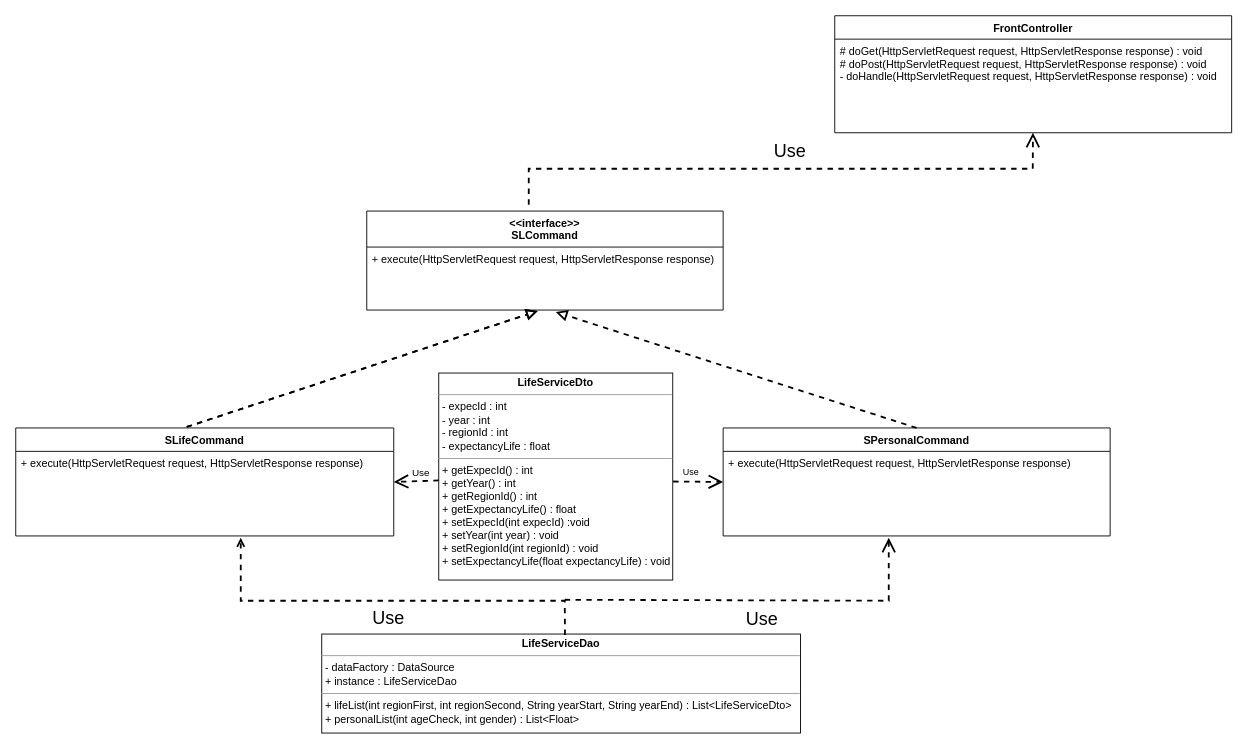
Before: project_1/6. 포트폴리오/Class Diagram/Class Diagram(기대 수명).drawio in p1p2p1/Project_DLT, a draw.io diagram. Source tidied: cells renumbered, new cells numbered last; positions are measured from the earlier drawing's top-left corner, leaving out a move shared by most shapes. Both pictures are drawn from the tidied source at 90%, with x=0, y=0 at pixel (15, 15).
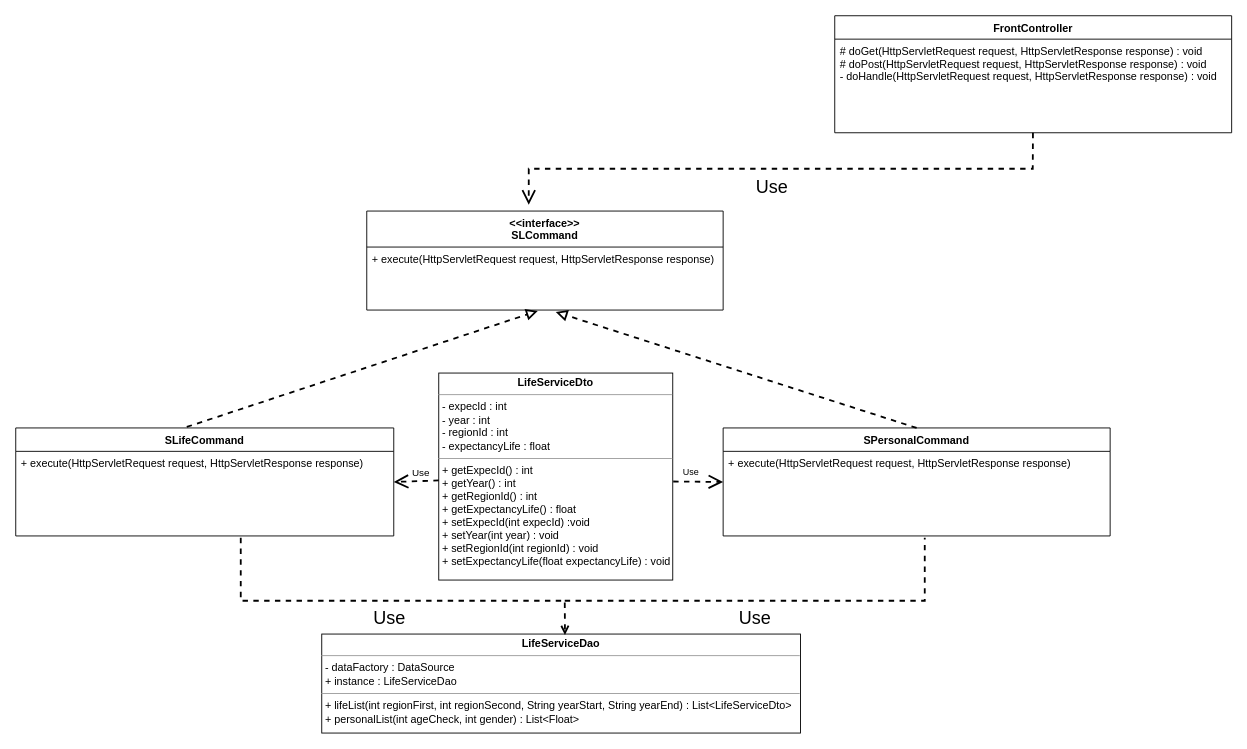
The same page after the edit.

The change refers to these unchanged cells:
```xml
<mxCell id="2" value="FrontController" style="swimlane;fontStyle=1;align=center;verticalAlign=top;horizontal=1;startSize=26;rounded=0;shadow=0;strokeWidth=1;" parent="1" vertex="1">
  <mxGeometry x="910" width="441" height="130" as="geometry" />
</mxCell>
<mxCell id="3" value="# doGet(HttpServletRequest request, HttpServletResponse response) : void&#10;# doPost(HttpServletRequest request, HttpServletResponse response) : void&#10;- doHandle(HttpServletRequest request, HttpServletResponse response) : void&#10; " style="text;align=left;verticalAlign=top;spacingLeft=4;spacingRight=4;overflow=hidden;points=[[0,0.5],[1,0.5]];portConstraint=eastwest;" parent="2" vertex="1">
  <mxGeometry y="26" width="441" height="104" as="geometry" />
</mxCell>
<mxCell id="5" value="SPersonalCommand" style="swimlane;fontStyle=1;align=center;verticalAlign=top;horizontal=1;startSize=26;rounded=0;shadow=0;strokeWidth=1;" parent="1" vertex="1">
  <mxGeometry x="786" y="458" width="430" height="120" as="geometry" />
</mxCell>
<mxCell id="9" value="&lt;p style=&quot;margin:0px;margin-top:4px;text-align:center;&quot;&gt;&lt;b&gt;LifeServiceDto&lt;/b&gt;&lt;/p&gt;&lt;hr size=&quot;1&quot;&gt;&lt;p style=&quot;margin:0px;margin-left:4px;&quot;&gt;- expecId : int&lt;br style=&quot;border-color: var(--border-color); padding: 0px; margin: 0px;&quot;&gt;- year : int&lt;br style=&quot;border-color: var(--border-color); padding: 0px; margin: 0px;&quot;&gt;- regionId : int&lt;br style=&quot;border-color: var(--border-color); padding: 0px; margin: 0px;&quot;&gt;- expectancyLife : float&lt;br&gt;&lt;/p&gt;&lt;hr size=&quot;1&quot;&gt;&lt;p style=&quot;margin:0px;margin-left:4px;&quot;&gt;+ getExpecId() : int&lt;/p&gt;&lt;p style=&quot;margin:0px;margin-left:4px;&quot;&gt;+ getYear() : int&lt;/p&gt;&lt;p style=&quot;margin:0px;margin-left:4px;&quot;&gt;+ getRegionId() : int&lt;/p&gt;&lt;p style=&quot;margin:0px;margin-left:4px;&quot;&gt;+ getExpectancyLife() : float&lt;/p&gt;&lt;p style=&quot;margin:0px;margin-left:4px;&quot;&gt;+ setExpecId(int expecId) :void&lt;/p&gt;&lt;p style=&quot;margin:0px;margin-left:4px;&quot;&gt;+ setYear(int year) : void&lt;/p&gt;&lt;p style=&quot;margin:0px;margin-left:4px;&quot;&gt;+ setRegionId(int regionId) : void&lt;/p&gt;&lt;p style=&quot;margin:0px;margin-left:4px;&quot;&gt;+ setExpectancyLife(float expectancyLife) : void&lt;/p&gt;" style="verticalAlign=top;align=left;overflow=fill;fontSize=12;fontFamily=Helvetica;html=1;" parent="1" vertex="1">
  <mxGeometry x="470" y="397" width="260" height="230" as="geometry" />
</mxCell>
<mxCell id="10" value="&lt;p style=&quot;margin:0px;margin-top:4px;text-align:center;&quot;&gt;&lt;b&gt;LifeServiceDao&lt;/b&gt;&lt;/p&gt;&lt;hr size=&quot;1&quot;&gt;&lt;p style=&quot;margin:0px;margin-left:4px;&quot;&gt;- dataFactory : DataSource&lt;/p&gt;&lt;p style=&quot;margin:0px;margin-left:4px;&quot;&gt;+ instance : LifeServiceDao&lt;/p&gt;&lt;hr size=&quot;1&quot;&gt;&lt;p style=&quot;margin:0px;margin-left:4px;&quot;&gt;+ lifeList(int regionFirst, int regionSecond, String yearStart, String yearEnd) : List&amp;lt;LifeServiceDto&amp;gt;&lt;br style=&quot;border-color: var(--border-color); padding: 0px; margin: 0px;&quot;&gt;+ personalList(int ageCheck, int gender) : List&amp;lt;Float&amp;gt;&lt;br&gt;&lt;/p&gt;" style="verticalAlign=top;align=left;overflow=fill;fontSize=12;fontFamily=Helvetica;html=1;" parent="1" vertex="1">
  <mxGeometry x="340" y="687" width="532" height="110" as="geometry" />
</mxCell>
```

The edit, as a diff of the source:
```diff
@@
-    <mxCell id="4" style="endArrow=block;startArrow=none;endFill=0;startFill=0;endSize=8;html=1;verticalAlign=bottom;dashed=1;labelBackgroundColor=none;rounded=0;strokeWidth=2;" parent="1" edge="1">
-      <mxGeometry relative="1" as="geometry">
-        <mxPoint x="190" y="456.9" as="sourcePoint" />
-        <mxPoint x="580" y="328" as="targetPoint" />
-      </mxGeometry>
-    </mxCell>
+    <mxCell id="14" value="&lt;font style=&quot;font-size: 20px;&quot;&gt;Use&lt;/font&gt;" style="endArrow=open;endSize=12;dashed=1;html=1;rounded=0;strokeWidth=2;" parent="2" edge="1" source="3">
+      <mxGeometry x="0.03" y="20" relative="1" as="geometry">
+        <mxPoint x="-340" y="210" as="targetPoint" />
+        <Array as="points">
+          <mxPoint x="220" y="170" />
+          <mxPoint x="-340" y="170" />
+        </Array>
+      </mxGeometry>
+    </mxCell>
+    <mxCell id="18" value="SLifeCommand" style="swimlane;fontStyle=1;align=center;verticalAlign=top;horizontal=1;startSize=26;rounded=0;shadow=0;strokeWidth=1;" parent="1" vertex="1">
+      <mxGeometry y="458" width="420" height="120" as="geometry" />
+    </mxCell>
+    <mxCell id="21" style="endArrow=block;startArrow=none;endFill=0;startFill=0;endSize=8;html=1;verticalAlign=bottom;dashed=1;labelBackgroundColor=none;rounded=0;strokeWidth=2;" parent="18" edge="1">
+      <mxGeometry relative="1" as="geometry">
+        <mxPoint x="190" y="-1.1" as="sourcePoint" />
+        <mxPoint x="580" y="-130" as="targetPoint" />
+      </mxGeometry>
+    </mxCell>
+    <mxCell id="20" value="+ execute(HttpServletRequest request, HttpServletResponse response)" style="text;align=left;verticalAlign=top;spacingLeft=4;spacingRight=4;overflow=hidden;" parent="18" vertex="1">
+      <mxGeometry y="26" width="420" height="26" as="geometry" />
+    </mxCell>
@@
-    <mxCell id="11" style="endArrow=block;startArrow=none;endFill=0;startFill=0;endSize=8;html=1;verticalAlign=bottom;dashed=1;labelBackgroundColor=none;rounded=0;exitX=0.5;exitY=0;exitDx=0;exitDy=0;strokeWidth=2;" parent="1" edge="1" source="5">
-      <mxGeometry relative="1" as="geometry">
-        <mxPoint x="600" y="329.1" as="targetPoint" />
-      </mxGeometry>
-    </mxCell>
+    <mxCell id="22" style="endArrow=block;startArrow=none;endFill=0;startFill=0;endSize=8;html=1;verticalAlign=bottom;dashed=1;labelBackgroundColor=none;rounded=0;exitX=0.5;exitY=0;exitDx=0;exitDy=0;strokeWidth=2;" parent="1" edge="1" source="5">
+      <mxGeometry relative="1" as="geometry">
+        <mxPoint x="600" y="329.1" as="targetPoint" />
+      </mxGeometry>
+    </mxCell>
@@
-    <mxCell id="13" value="Use" style="endArrow=open;endSize=12;dashed=1;html=1;rounded=0;entryX=1;entryY=0.5;entryDx=0;entryDy=0;strokeWidth=2;" parent="1" edge="1" source="9">
-      <mxGeometry x="-0.21" y="-9" relative="1" as="geometry">
-        <mxPoint x="420" y="518" as="targetPoint" />
-      </mxGeometry>
+    <mxCell id="13" value="Use" style="endArrow=open;endSize=12;dashed=1;html=1;rounded=0;entryX=1;entryY=0.5;entryDx=0;entryDy=0;strokeWidth=2;" parent="1" edge="1" source="9" target="18">
+      <mxGeometry x="-0.21" y="-9" relative="1" as="geometry" />
     </mxCell>
-    <mxCell id="14" value="&lt;font style=&quot;font-size: 20px;&quot;&gt;Use&lt;/font&gt;" style="endArrow=open;endSize=12;dashed=1;html=1;rounded=0;strokeWidth=2;" parent="1" edge="1" target="3">
-      <mxGeometry x="0.03" y="20" relative="1" as="geometry">
-        <mxPoint x="570" y="210" as="sourcePoint" />
-        <Array as="points">
-          <mxPoint x="570" y="170" />
-          <mxPoint x="1130" y="170" />
-        </Array>
-      </mxGeometry>
-    </mxCell>
-    <mxCell id="15" style="endArrow=open;html=1;rounded=0;align=center;verticalAlign=bottom;dashed=1;endFill=0;labelBackgroundColor=none;strokeWidth=2;fontSize=2;jumpStyle=arc;entryX=0.508;entryY=0.009;entryDx=0;entryDy=0;entryPerimeter=0;exitX=0.508;exitY=0.009;exitDx=0;exitDy=0;exitPerimeter=0;" parent="1" edge="1" source="10">
-      <mxGeometry relative="1" as="geometry">
-        <mxPoint x="250" y="580" as="targetPoint" />
-        <Array as="points">
-          <mxPoint x="610" y="650" />
-          <mxPoint x="250" y="650" />
-        </Array>
-      </mxGeometry>
-    </mxCell>
-    <mxCell id="16" value="&lt;font style=&quot;font-size: 20px;&quot;&gt;Use&lt;/font&gt;" style="html=1;align=center;verticalAlign=top;labelBackgroundColor=none;fontSize=10;" parent="15" vertex="1">
-      <mxGeometry relative="1" as="geometry" />
-    </mxCell>
-    <mxCell id="17" value="Use" style="endArrow=open;endSize=12;dashed=1;html=1;rounded=0;strokeWidth=2;fontSize=20;" parent="1" edge="1">
-      <mxGeometry x="0.02" y="-20" relative="1" as="geometry">
-        <mxPoint x="610" y="648.9" as="sourcePoint" />
-        <mxPoint x="970" y="580" as="targetPoint" />
-        <Array as="points">
-          <mxPoint x="970" y="650" />
-        </Array>
-      </mxGeometry>
-    </mxCell>
-    <mxCell id="18" value="SLifeCommand" style="swimlane;fontStyle=1;align=center;verticalAlign=top;horizontal=1;startSize=26;rounded=0;shadow=0;strokeWidth=1;" parent="1" vertex="1">
-      <mxGeometry y="458" width="420" height="120" as="geometry" />
-    </mxCell>
-    <mxCell id="19" style="endArrow=block;startArrow=none;endFill=0;startFill=0;endSize=8;html=1;verticalAlign=bottom;dashed=1;labelBackgroundColor=none;rounded=0;strokeWidth=2;" parent="18" edge="1">
-      <mxGeometry relative="1" as="geometry">
-        <mxPoint x="190" y="-1.1" as="sourcePoint" />
-        <mxPoint x="580" y="-130" as="targetPoint" />
-      </mxGeometry>
-    </mxCell>
-    <mxCell id="20" value="+ execute(HttpServletRequest request, HttpServletResponse response)" style="text;align=left;verticalAlign=top;spacingLeft=4;spacingRight=4;overflow=hidden;" parent="18" vertex="1">
-      <mxGeometry y="26" width="420" height="26" as="geometry" />
-    </mxCell>
+    <mxCell id="23" style="endArrow=open;html=1;rounded=0;align=center;verticalAlign=bottom;dashed=1;endFill=0;labelBackgroundColor=none;strokeWidth=2;fontSize=2;jumpStyle=arc;entryX=0.508;entryY=0.009;entryDx=0;entryDy=0;entryPerimeter=0;exitX=0.508;exitY=0.009;exitDx=0;exitDy=0;exitPerimeter=0;" parent="1" edge="1" target="10">
+      <mxGeometry relative="1" as="geometry">
+        <mxPoint x="250" y="580" as="sourcePoint" />
+        <Array as="points">
+          <mxPoint x="250" y="650" />
+          <mxPoint x="610" y="650" />
+        </Array>
+      </mxGeometry>
+    </mxCell>
+    <mxCell id="24" value="&lt;font style=&quot;font-size: 20px;&quot;&gt;Use&lt;/font&gt;" style="html=1;align=center;verticalAlign=top;labelBackgroundColor=none;fontSize=10;" parent="23" vertex="1">
+      <mxGeometry relative="1" as="geometry" />
+    </mxCell>
+    <mxCell id="25" style="endArrow=none;dashed=1;html=1;rounded=0;jumpStyle=arc;strokeWidth=2;" parent="1" edge="1">
+      <mxGeometry relative="1" as="geometry">
+        <mxPoint x="610" y="650" as="sourcePoint" />
+        <mxPoint x="1010" y="580" as="targetPoint" />
+        <Array as="points">
+          <mxPoint x="1010" y="650" />
+        </Array>
+      </mxGeometry>
+    </mxCell>
+    <mxCell id="26" value="&lt;font style=&quot;font-size: 20px;&quot;&gt;Use&lt;/font&gt;" style="html=1;align=center;verticalAlign=top;labelBackgroundColor=none;fontSize=10;" parent="1" vertex="1">
+      <mxGeometry x="820" y="650" as="geometry" />
+    </mxCell>
```
